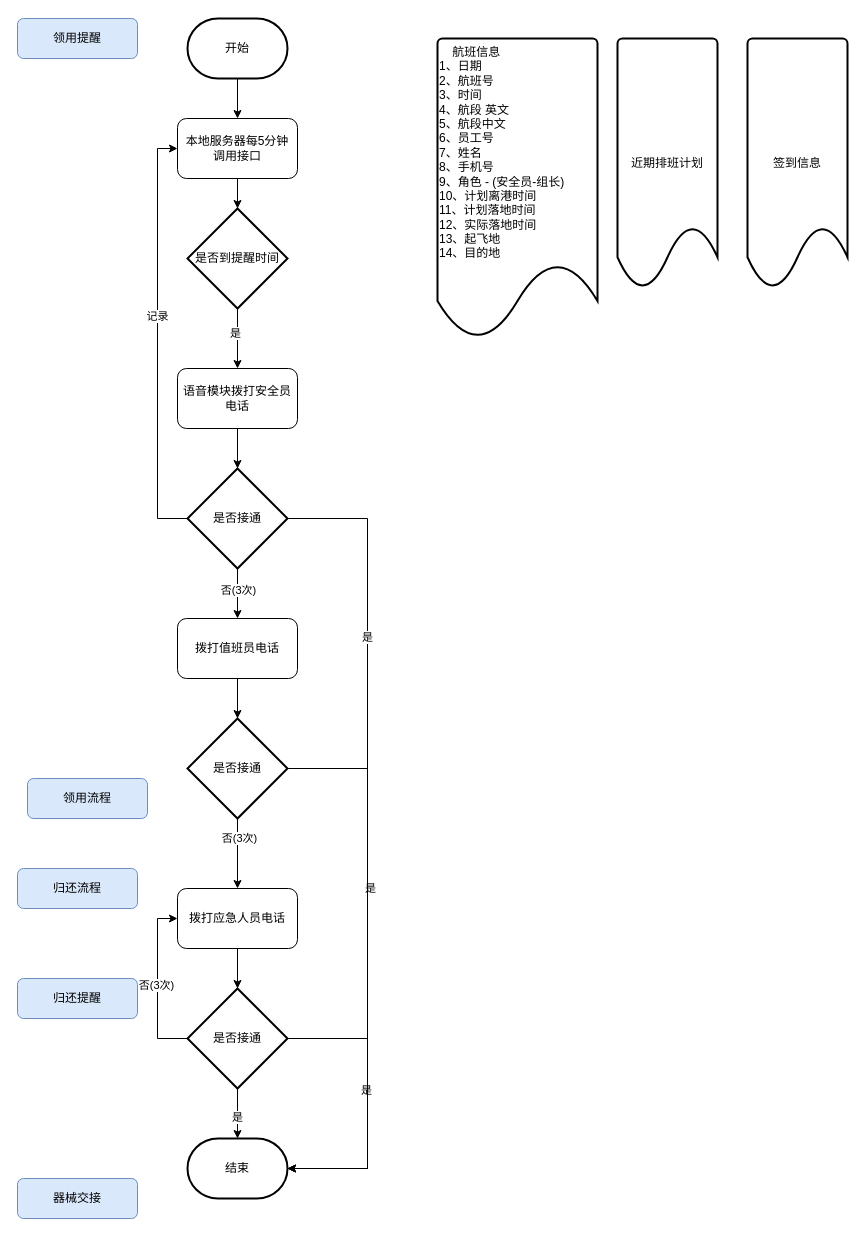
This is xbhangkong.drawio from HXLMOM/cctest, a draw.io file, before an edit. Source tidied: cells renumbered, new cells numbered last; positions are measured from the earlier drawing's top-left corner, leaving out a move shared by most shapes. Both pictures are drawn from the tidied source at 100%, with x=0, y=0 at pixel (17, 18).
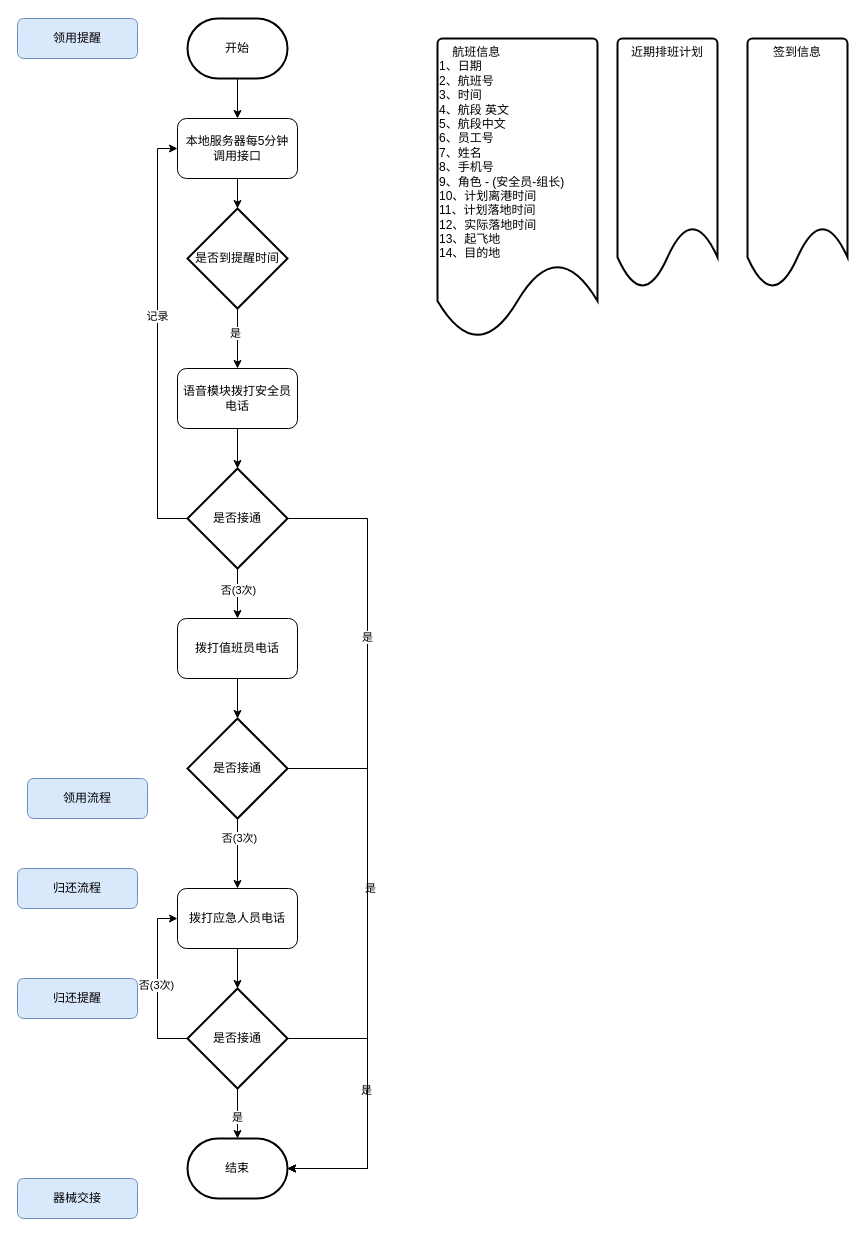
After the change.

The edit, as a diff of the source:
```diff
@@
-    <mxCell id="41" value="近期排班计划" style="strokeWidth=2;html=1;shape=mxgraph.flowchart.document2;whiteSpace=wrap;size=0.25;" parent="1" vertex="1">
+    <mxCell id="41" value="近期排班计划" style="strokeWidth=2;html=1;shape=mxgraph.flowchart.document2;whiteSpace=wrap;size=0.25;verticalAlign=top;" parent="1" vertex="1">
       <mxGeometry x="600" y="20" width="100" height="250" as="geometry" />
     </mxCell>
-    <mxCell id="42" value="签到信息" style="strokeWidth=2;html=1;shape=mxgraph.flowchart.document2;whiteSpace=wrap;size=0.25;" parent="1" vertex="1">
+    <mxCell id="42" value="签到信息" style="strokeWidth=2;html=1;shape=mxgraph.flowchart.document2;whiteSpace=wrap;size=0.25;verticalAlign=top;" parent="1" vertex="1">
       <mxGeometry x="730" y="20" width="100" height="250" as="geometry" />
     </mxCell>
```
